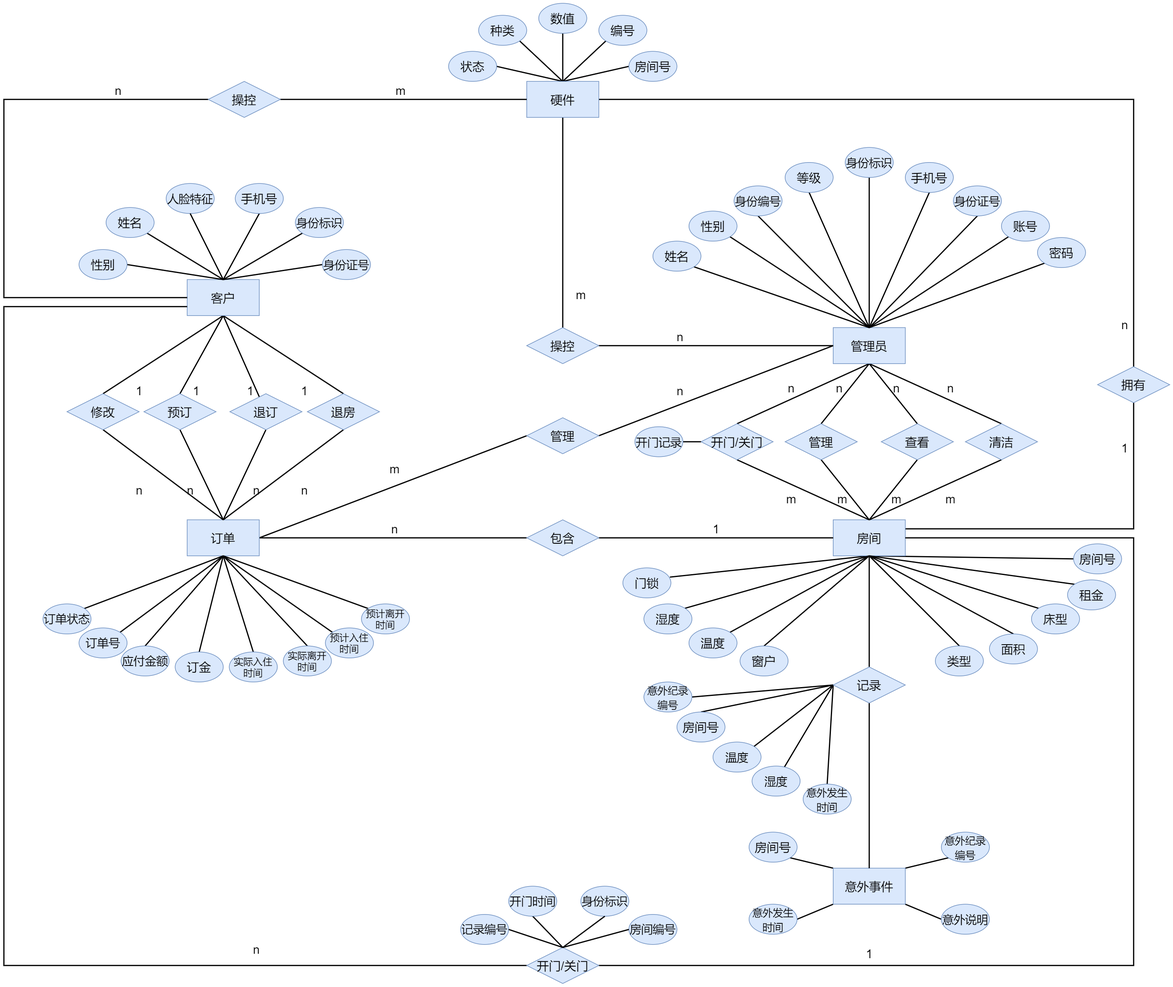
Earlier version of the draw.io export docs/src/E-R图.png (AndSonder/smart-hotel-database). Source tidied: cells renumbered, new cells last; positions are measured from the earlier drawing's top-left corner, leaving out a move shared by most shapes.
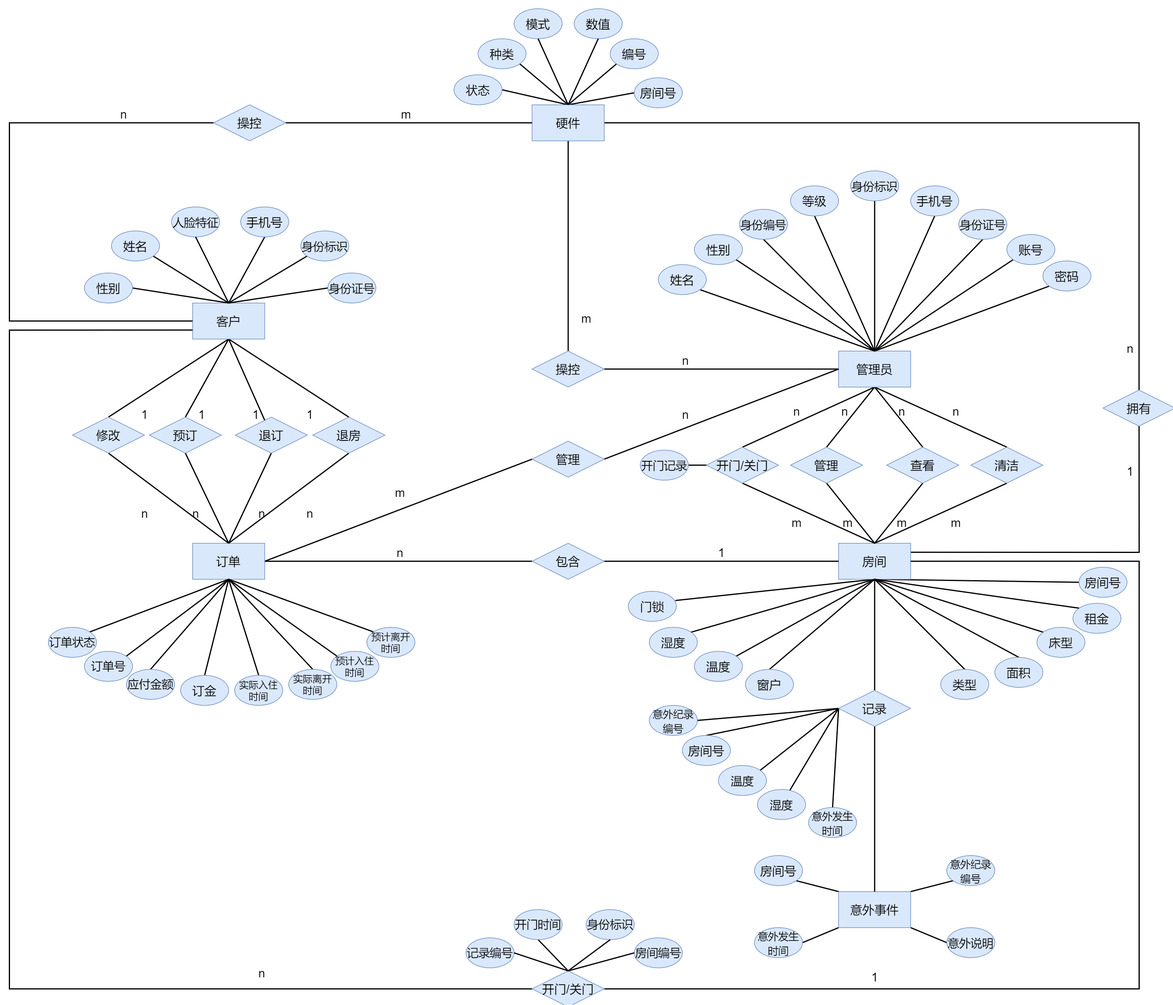
The same diagram one commit later.

Diff of the diagram source:
```diff
@@ -103,9 +103,6 @@
     <mxCell id="33" style="edgeStyle=none;rounded=0;jettySize=auto;html=1;exitX=0.5;exitY=1;exitDx=0;exitDy=0;entryX=0.5;entryY=0;entryDx=0;entryDy=0;fontSize=20;startArrow=none;startFill=0;endArrow=none;endFill=0;strokeWidth=2;" parent="1" edge="1" source="39" target="50">
       <mxGeometry relative="1" as="geometry" />
     </mxCell>
-    <mxCell id="34" style="edgeStyle=orthogonalEdgeStyle;rounded=0;jettySize=auto;html=1;exitX=0.5;exitY=0;exitDx=0;exitDy=0;fontSize=20;startArrow=none;startFill=0;endArrow=none;endFill=0;strokeWidth=2;" parent="1" edge="1" source="39" target="91">
-      <mxGeometry relative="1" as="geometry" />
-    </mxCell>
     <mxCell id="35" style="rounded=0;jettySize=auto;html=1;exitX=0.5;exitY=0;exitDx=0;exitDy=0;entryX=1;entryY=1;entryDx=0;entryDy=0;fontSize=20;startArrow=none;startFill=0;endArrow=none;endFill=0;strokeWidth=2;" parent="1" edge="1" source="39" target="90">
       <mxGeometry relative="1" as="geometry" />
     </mxCell>
@@ -287,16 +284,16 @@
       <mxGeometry x="740" y="80" width="80" height="50" as="geometry" />
     </mxCell>
     <mxCell id="90" value="种类" style="ellipse;whiteSpace=wrap;html=1;fontSize=20;fillColor=#dae8fc;strokeColor=#6c8ebf;" parent="1" vertex="1">
-      <mxGeometry x="790" y="20" width="80" height="50" as="geometry" />
+      <mxGeometry x="780" y="20" width="80" height="50" as="geometry" />
     </mxCell>
     <mxCell id="91" value="数值" style="ellipse;whiteSpace=wrap;html=1;fontSize=20;fillColor=#dae8fc;strokeColor=#6c8ebf;" parent="1" vertex="1">
-      <mxGeometry x="890" width="80" height="50" as="geometry" />
+      <mxGeometry x="940" y="-30" width="80" height="50" as="geometry" />
     </mxCell>
     <mxCell id="92" value="编号" style="ellipse;whiteSpace=wrap;html=1;fontSize=20;fillColor=#dae8fc;strokeColor=#6c8ebf;" parent="1" vertex="1">
-      <mxGeometry x="990" y="20" width="80" height="50" as="geometry" />
+      <mxGeometry x="1000" y="20" width="80" height="50" as="geometry" />
     </mxCell>
     <mxCell id="93" value="房间号" style="ellipse;whiteSpace=wrap;html=1;fontSize=20;fillColor=#dae8fc;strokeColor=#6c8ebf;" parent="1" vertex="1">
-      <mxGeometry x="1040" y="80" width="80" height="50" as="geometry" />
+      <mxGeometry x="1040" y="85" width="80" height="50" as="geometry" />
     </mxCell>
     <mxCell id="94" style="edgeStyle=none;rounded=0;orthogonalLoop=1;jettySize=auto;html=1;exitX=0.75;exitY=0;exitDx=0;exitDy=0;fontSize=20;startArrow=none;startFill=0;endArrow=none;endFill=0;strokeWidth=2;" parent="1" edge="1" source="39" target="39">
       <mxGeometry relative="1" as="geometry" />
@@ -578,5 +575,14 @@
     <mxCell id="184" value="&lt;span style=&quot;font-size: 19px&quot;&gt;温度&lt;/span&gt;" style="ellipse;whiteSpace=wrap;html=1;fontSize=20;fillColor=#dae8fc;strokeColor=#6c8ebf;" parent="1" vertex="1">
       <mxGeometry x="1180" y="1230" width="80" height="50" as="geometry" />
     </mxCell>
+    <mxCell id="185" value="模式" style="ellipse;whiteSpace=wrap;html=1;fontSize=20;fillColor=#dae8fc;strokeColor=#6c8ebf;" parent="1" vertex="1">
+      <mxGeometry x="840" y="-30" width="80" height="50" as="geometry" />
+    </mxCell>
+    <mxCell id="34" style="endArrow=none;html=1;exitX=0.5;exitY=0;exitDx=0;exitDy=0;entryX=0.5;entryY=1;entryDx=0;entryDy=0;strokeWidth=2;" parent="1" edge="1" source="39" target="91">
+      <mxGeometry relative="1" as="geometry" />
+    </mxCell>
+    <mxCell id="186" style="endArrow=none;html=1;exitX=0.5;exitY=0;exitDx=0;exitDy=0;entryX=0.5;entryY=1;entryDx=0;entryDy=0;strokeWidth=2;" parent="1" edge="1" source="39" target="185">
+      <mxGeometry relative="1" as="geometry" />
+    </mxCell>
   </root>
 </mxGraphModel>
```
